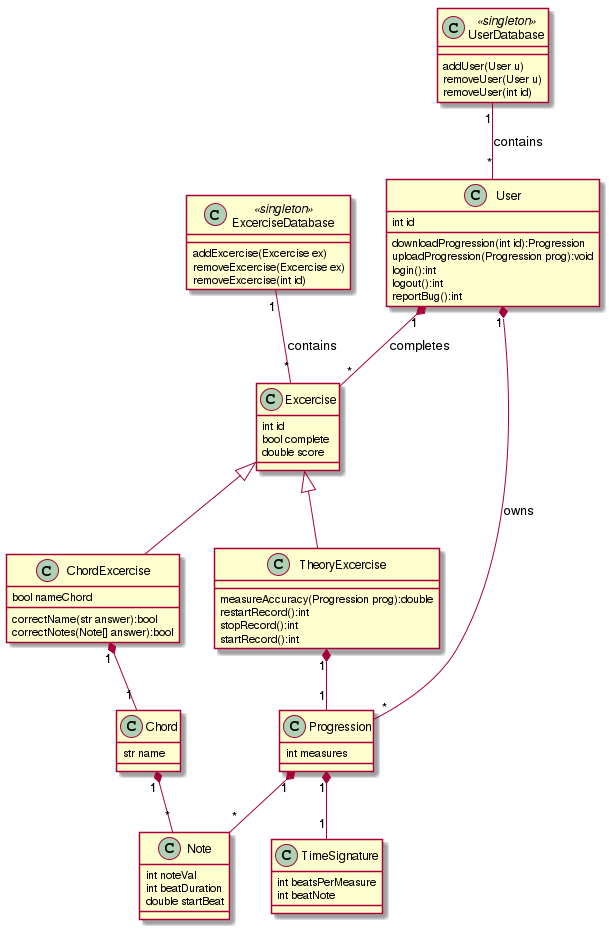
devinchristianson/daj keeps this PlantUML diagram as docs/assets/uml/detailedDesign.png. Above is the earlier version.
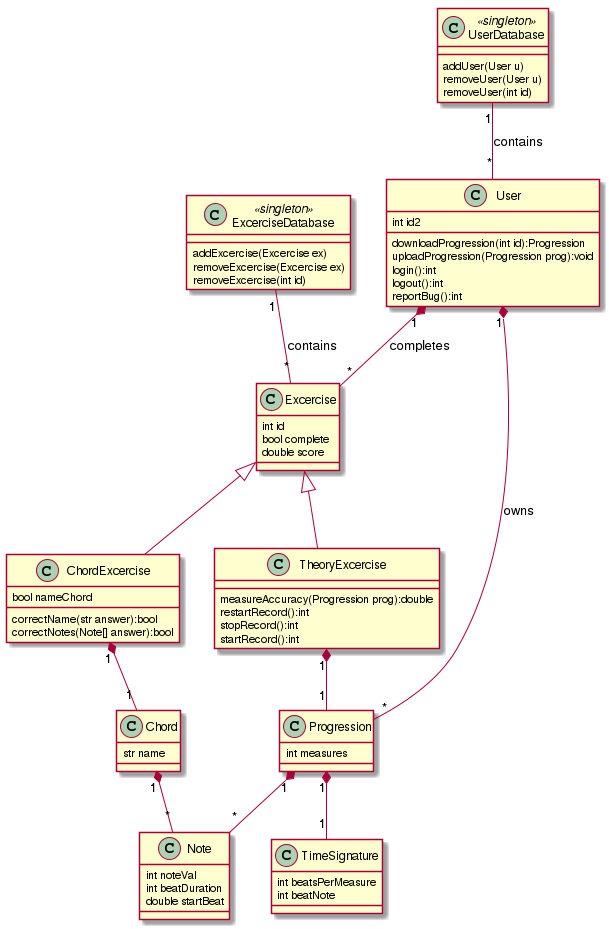
After the change.

The edit, as a diff of the source:
```diff
@@ -28,7 +28,7 @@
 
 class User
 
-User : int id
+User : int id2
 User : downloadProgression(int id):Progression
 User : uploadProgression(Progression prog):void
 User : login():int
```
